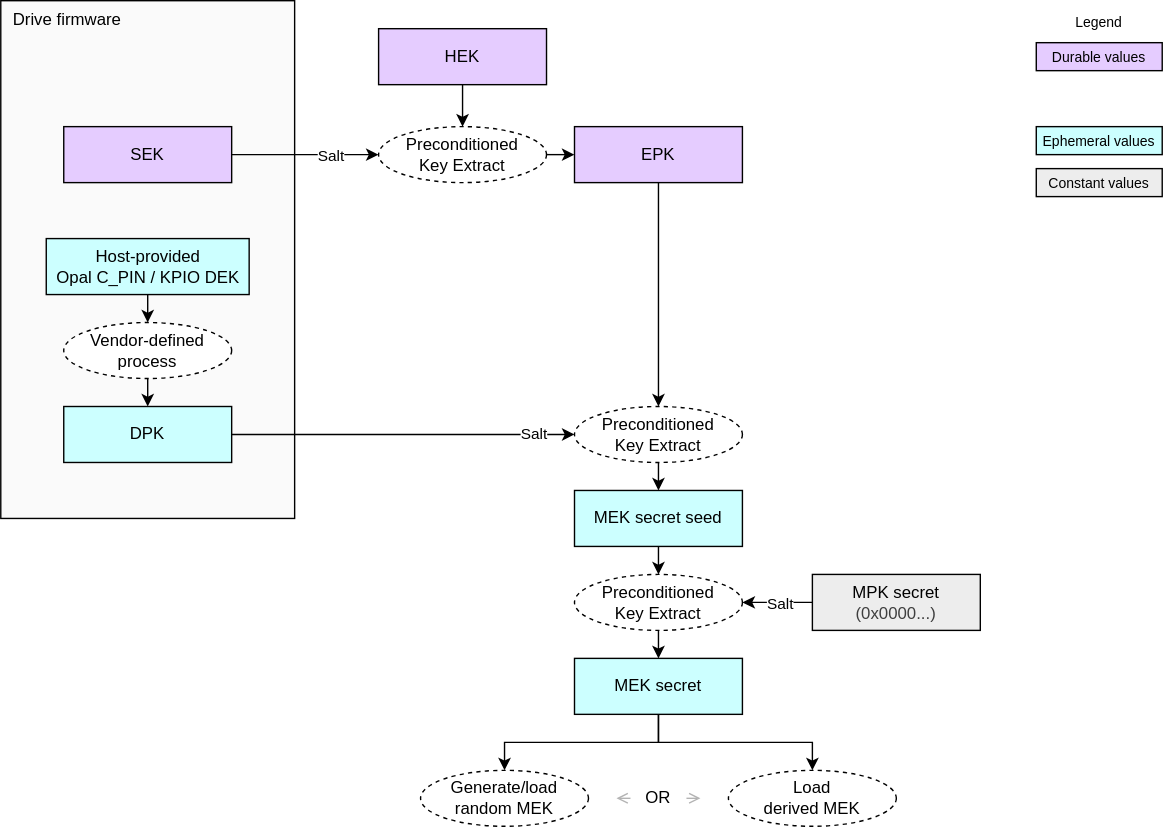
chipsalliance/Caliptra keeps this draw.io diagram as doc/ocp_lock/diagrams/mek_secret_derivation_no_mpks.drawio.svg. Above is the earlier version. Source tidied: cells renumbered, new cells last; positions are measured from the earlier drawing's top-left corner, leaving out a move shared by most shapes. Source of this version:
```xml
<mxGraphModel background="#ffffff">
  <root>
    <mxCell id="0" />
    <mxCell id="1" parent="0" />
    <mxCell id="2" value="Drive firmware" style="rounded=0;whiteSpace=wrap;html=1;fillColor=#FAFAFA;strokeColor=#000000;align=left;verticalAlign=top;spacingLeft=7;" parent="1" vertex="1">
      <mxGeometry width="210" height="370" as="geometry" />
    </mxCell>
    <mxCell id="3" value="&lt;div&gt;&lt;font color=&quot;#000000&quot;&gt;Durable values&lt;/font&gt;&lt;/div&gt;" style="rounded=0;whiteSpace=wrap;html=1;align=center;verticalAlign=middle;shadow=0;glass=0;spacingLeft=0;spacingBottom=0;spacingTop=0;fillColor=#E5CCFF;fontSize=10;" parent="1" vertex="1">
      <mxGeometry x="740" y="30" width="90" height="20" as="geometry" />
    </mxCell>
    <mxCell id="4" value="Legend" style="text;strokeColor=none;align=center;fillColor=none;html=1;verticalAlign=middle;whiteSpace=wrap;rounded=0;fontSize=10;" parent="1" vertex="1">
      <mxGeometry x="755" width="60" height="30" as="geometry" />
    </mxCell>
    <mxCell id="5" value="&lt;div&gt;&lt;font color=&quot;#000000&quot;&gt;Ephemeral values&lt;/font&gt;&lt;/div&gt;" style="rounded=0;whiteSpace=wrap;html=1;align=center;verticalAlign=middle;shadow=0;glass=0;spacingLeft=0;spacingBottom=0;spacingTop=0;fillColor=#CCFFFF;fontSize=10;" parent="1" vertex="1">
      <mxGeometry x="740" y="90" width="90" height="20" as="geometry" />
    </mxCell>
    <mxCell id="6" style="edgeStyle=orthogonalEdgeStyle;html=1;exitX=0.5;exitY=1;exitDx=0;exitDy=0;entryX=0.5;entryY=0;entryDx=0;entryDy=0;rounded=0;" parent="1" edge="1" source="7" target="22">
      <mxGeometry relative="1" as="geometry" />
    </mxCell>
    <mxCell id="7" value="&lt;span style=&quot;color: rgb(0, 0, 0);&quot;&gt;Preconditioned&lt;/span&gt;&lt;div&gt;Key Extract&lt;/div&gt;" style="ellipse;whiteSpace=wrap;html=1;fillColor=#FFFFFF;dashed=1;" parent="1" vertex="1">
      <mxGeometry x="410" y="410" width="120" height="40" as="geometry" />
    </mxCell>
    <mxCell id="8" style="edgeStyle=none;html=1;exitX=0.5;exitY=1;exitDx=0;exitDy=0;entryX=0.5;entryY=0;entryDx=0;entryDy=0;" parent="1" edge="1" source="9" target="30">
      <mxGeometry relative="1" as="geometry" />
    </mxCell>
    <mxCell id="9" value="&lt;div&gt;&lt;font color=&quot;#000000&quot;&gt;HEK&lt;/font&gt;&lt;/div&gt;" style="rounded=0;whiteSpace=wrap;html=1;align=center;verticalAlign=middle;shadow=0;glass=0;spacingLeft=0;spacingBottom=0;spacingTop=0;fillColor=#E5CCFF;" parent="1" vertex="1">
      <mxGeometry x="270" y="20" width="120" height="40" as="geometry" />
    </mxCell>
    <mxCell id="10" style="edgeStyle=none;html=1;exitX=1;exitY=0.5;exitDx=0;exitDy=0;entryX=0;entryY=0.5;entryDx=0;entryDy=0;" parent="1" edge="1" source="12" target="34">
      <mxGeometry relative="1" as="geometry" />
    </mxCell>
    <mxCell id="11" value="Salt" style="edgeLabel;html=1;align=center;verticalAlign=middle;" parent="10" vertex="1">
      <mxGeometry x="0.63" y="1" relative="1" as="geometry">
        <mxPoint x="15" as="offset" />
      </mxGeometry>
    </mxCell>
    <mxCell id="12" value="&lt;div&gt;&lt;font color=&quot;#000000&quot;&gt;DPK&lt;/font&gt;&lt;/div&gt;" style="rounded=0;whiteSpace=wrap;html=1;align=center;verticalAlign=middle;shadow=0;glass=0;spacingLeft=0;spacingBottom=0;spacingTop=0;fillColor=#CCFFFF;" parent="1" vertex="1">
      <mxGeometry x="45" y="290" width="120" height="40" as="geometry" />
    </mxCell>
    <mxCell id="13" style="edgeStyle=orthogonalEdgeStyle;html=1;exitX=1;exitY=0.5;exitDx=0;exitDy=0;entryX=0;entryY=0.5;entryDx=0;entryDy=0;rounded=0;" parent="1" edge="1" source="15" target="30">
      <mxGeometry relative="1" as="geometry">
        <Array as="points">
          <mxPoint x="200" y="110" />
          <mxPoint x="200" y="110" />
        </Array>
      </mxGeometry>
    </mxCell>
    <mxCell id="14" value="Salt" style="edgeLabel;html=1;align=center;verticalAlign=middle;" parent="13" vertex="1">
      <mxGeometry x="0.35" y="-3" relative="1" as="geometry">
        <mxPoint x="-1" y="-3" as="offset" />
      </mxGeometry>
    </mxCell>
    <mxCell id="15" value="&lt;div&gt;&lt;font color=&quot;#000000&quot;&gt;SEK&lt;/font&gt;&lt;/div&gt;" style="rounded=0;whiteSpace=wrap;html=1;align=center;verticalAlign=middle;shadow=0;glass=0;spacingLeft=0;spacingBottom=0;spacingTop=0;fillColor=#E5CCFF;" parent="1" vertex="1">
      <mxGeometry x="45" y="90" width="120" height="40" as="geometry" />
    </mxCell>
    <mxCell id="16" value="Load&lt;div&gt;derived MEK&lt;/div&gt;" style="ellipse;whiteSpace=wrap;html=1;fillColor=#FFFFFF;dashed=1;" parent="1" vertex="1">
      <mxGeometry x="520" y="550" width="120" height="40" as="geometry" />
    </mxCell>
    <mxCell id="17" value="&lt;div&gt;&lt;font color=&quot;#000000&quot;&gt;Constant values&lt;/font&gt;&lt;/div&gt;" style="rounded=0;whiteSpace=wrap;html=1;align=center;verticalAlign=middle;shadow=0;glass=0;spacingLeft=0;spacingBottom=0;spacingTop=0;fillColor=#EDEDED;fontSize=10;" parent="1" vertex="1">
      <mxGeometry x="740" y="120" width="90" height="20" as="geometry" />
    </mxCell>
    <mxCell id="18" style="edgeStyle=orthogonalEdgeStyle;endArrow=classic;html=1;rounded=0;endSize=6;startSize=6;exitX=0.5;exitY=1;exitDx=0;exitDy=0;entryX=0.5;entryY=0;entryDx=0;entryDy=0;" parent="1" edge="1" source="22" target="20">
      <mxGeometry relative="1" as="geometry" />
    </mxCell>
    <mxCell id="19" value="OR" style="text;strokeColor=none;align=center;fillColor=none;html=1;verticalAlign=middle;whiteSpace=wrap;rounded=0;" parent="1" vertex="1">
      <mxGeometry x="450" y="555" width="40" height="30" as="geometry" />
    </mxCell>
    <mxCell id="20" value="&lt;div&gt;Generate/load random MEK&lt;/div&gt;" style="ellipse;whiteSpace=wrap;html=1;fillColor=#FFFFFF;dashed=1;" parent="1" vertex="1">
      <mxGeometry x="300" y="550" width="120" height="40" as="geometry" />
    </mxCell>
    <mxCell id="21" style="edgeStyle=orthogonalEdgeStyle;endArrow=classic;html=1;rounded=0;endSize=6;startSize=6;entryX=0.5;entryY=0;entryDx=0;entryDy=0;exitX=0.5;exitY=1;exitDx=0;exitDy=0;" parent="1" edge="1" source="22" target="16">
      <mxGeometry relative="1" as="geometry" />
    </mxCell>
    <mxCell id="22" value="&lt;div&gt;&lt;font color=&quot;#000000&quot;&gt;MEK secret&lt;/font&gt;&lt;/div&gt;" style="rounded=0;whiteSpace=wrap;html=1;align=center;verticalAlign=middle;shadow=0;glass=0;spacingLeft=0;spacingBottom=0;spacingTop=0;fillColor=#CCFFFF;" parent="1" vertex="1">
      <mxGeometry x="410" y="470" width="120" height="40" as="geometry" />
    </mxCell>
    <mxCell id="23" style="edgeStyle=none;html=1;exitX=0.5;exitY=1;exitDx=0;exitDy=0;entryX=0.5;entryY=0;entryDx=0;entryDy=0;" parent="1" edge="1" source="24" target="12">
      <mxGeometry relative="1" as="geometry" />
    </mxCell>
    <mxCell id="24" value="Vendor-defined process" style="ellipse;whiteSpace=wrap;html=1;fillColor=#FFFFFF;dashed=1;" parent="1" vertex="1">
      <mxGeometry x="45" y="230" width="120" height="40" as="geometry" />
    </mxCell>
    <mxCell id="25" style="edgeStyle=none;html=1;exitX=0.5;exitY=1;exitDx=0;exitDy=0;entryX=0.5;entryY=0;entryDx=0;entryDy=0;" parent="1" edge="1" source="26" target="24">
      <mxGeometry relative="1" as="geometry" />
    </mxCell>
    <mxCell id="26" value="&lt;div&gt;&lt;font color=&quot;#000000&quot;&gt;Host-provided&lt;/font&gt;&lt;/div&gt;&lt;div&gt;&lt;font color=&quot;#000000&quot;&gt;Opal C_PIN / KPIO DEK&lt;/font&gt;&lt;/div&gt;" style="rounded=0;whiteSpace=wrap;html=1;align=center;verticalAlign=middle;shadow=0;glass=0;spacingLeft=0;spacingBottom=0;spacingTop=0;fillColor=#CCFFFF;" parent="1" vertex="1">
      <mxGeometry x="32.5" y="170" width="145" height="40" as="geometry" />
    </mxCell>
    <mxCell id="27" style="endArrow=open;html=1;rounded=0;endSize=6;startSize=6;exitX=1;exitY=0.5;exitDx=0;exitDy=0;strokeColor=#B3B3B3;endFill=0;" parent="1" edge="1" source="19">
      <mxGeometry relative="1" as="geometry">
        <mxPoint x="500" y="570" as="targetPoint" />
      </mxGeometry>
    </mxCell>
    <mxCell id="28" style="endArrow=open;html=1;rounded=0;endSize=6;startSize=6;exitX=0;exitY=0.5;exitDx=0;exitDy=0;strokeColor=#B3B3B3;endFill=0;" parent="1" edge="1" source="19">
      <mxGeometry relative="1" as="geometry">
        <mxPoint x="440" y="570" as="targetPoint" />
      </mxGeometry>
    </mxCell>
    <mxCell id="29" style="edgeStyle=none;html=1;exitX=1;exitY=0.5;exitDx=0;exitDy=0;entryX=0;entryY=0.5;entryDx=0;entryDy=0;" parent="1" edge="1" source="30" target="32">
      <mxGeometry relative="1" as="geometry" />
    </mxCell>
    <mxCell id="30" value="&lt;span style=&quot;color: rgb(0, 0, 0);&quot;&gt;Preconditioned&lt;/span&gt;&lt;div&gt;Key Extract&lt;/div&gt;" style="ellipse;whiteSpace=wrap;html=1;fillColor=#FFFFFF;dashed=1;" parent="1" vertex="1">
      <mxGeometry x="270" y="90" width="120" height="40" as="geometry" />
    </mxCell>
    <mxCell id="31" style="edgeStyle=none;html=1;exitX=0.5;exitY=1;exitDx=0;exitDy=0;entryX=0.5;entryY=0;entryDx=0;entryDy=0;" parent="1" edge="1" source="32" target="34">
      <mxGeometry relative="1" as="geometry" />
    </mxCell>
    <mxCell id="32" value="&lt;div&gt;&lt;font color=&quot;#000000&quot;&gt;EPK&lt;/font&gt;&lt;/div&gt;" style="rounded=0;whiteSpace=wrap;html=1;align=center;verticalAlign=middle;shadow=0;glass=0;spacingLeft=0;spacingBottom=0;spacingTop=0;fillColor=#E5CCFF;" parent="1" vertex="1">
      <mxGeometry x="410" y="90" width="120" height="40" as="geometry" />
    </mxCell>
    <mxCell id="33" style="edgeStyle=none;html=1;exitX=0.5;exitY=1;exitDx=0;exitDy=0;entryX=0.5;entryY=0;entryDx=0;entryDy=0;" parent="1" edge="1" source="34" target="36">
      <mxGeometry relative="1" as="geometry" />
    </mxCell>
    <mxCell id="34" value="&lt;span style=&quot;color: rgb(0, 0, 0);&quot;&gt;Preconditioned&lt;/span&gt;&lt;div&gt;Key Extract&lt;/div&gt;" style="ellipse;whiteSpace=wrap;html=1;fillColor=#FFFFFF;dashed=1;" parent="1" vertex="1">
      <mxGeometry x="410" y="290" width="120" height="40" as="geometry" />
    </mxCell>
    <mxCell id="35" style="edgeStyle=none;html=1;exitX=0.5;exitY=1;exitDx=0;exitDy=0;entryX=0.5;entryY=0;entryDx=0;entryDy=0;" parent="1" edge="1" source="36" target="7">
      <mxGeometry relative="1" as="geometry" />
    </mxCell>
    <mxCell id="36" value="&lt;div&gt;&lt;font color=&quot;#000000&quot;&gt;MEK secret seed&lt;/font&gt;&lt;/div&gt;" style="rounded=0;whiteSpace=wrap;html=1;align=center;verticalAlign=middle;shadow=0;glass=0;spacingLeft=0;spacingBottom=0;spacingTop=0;fillColor=#CCFFFF;" parent="1" vertex="1">
      <mxGeometry x="410" y="350" width="120" height="40" as="geometry" />
    </mxCell>
    <mxCell id="37" style="edgeStyle=none;html=1;exitX=0;exitY=0.5;exitDx=0;exitDy=0;entryX=1;entryY=0.5;entryDx=0;entryDy=0;" parent="1" edge="1" source="39" target="7">
      <mxGeometry relative="1" as="geometry" />
    </mxCell>
    <mxCell id="38" value="Salt" style="edgeLabel;html=1;align=center;verticalAlign=middle;" parent="37" vertex="1">
      <mxGeometry x="0.1" y="1" relative="1" as="geometry">
        <mxPoint x="4" y="-1" as="offset" />
      </mxGeometry>
    </mxCell>
    <mxCell id="39" value="&lt;font&gt;MPK secret&lt;/font&gt;&lt;div&gt;&lt;span style=&quot;color: rgb(63, 63, 63); background-color: transparent;&quot;&gt;(0x0000...)&lt;/span&gt;&lt;/div&gt;" style="rounded=0;whiteSpace=wrap;html=1;align=center;verticalAlign=middle;shadow=0;glass=0;spacingLeft=0;spacingBottom=0;spacingTop=0;fillColor=#EDEDED;" parent="1" vertex="1">
      <mxGeometry x="580" y="410" width="120" height="40" as="geometry" />
    </mxCell>
  </root>
</mxGraphModel>
```
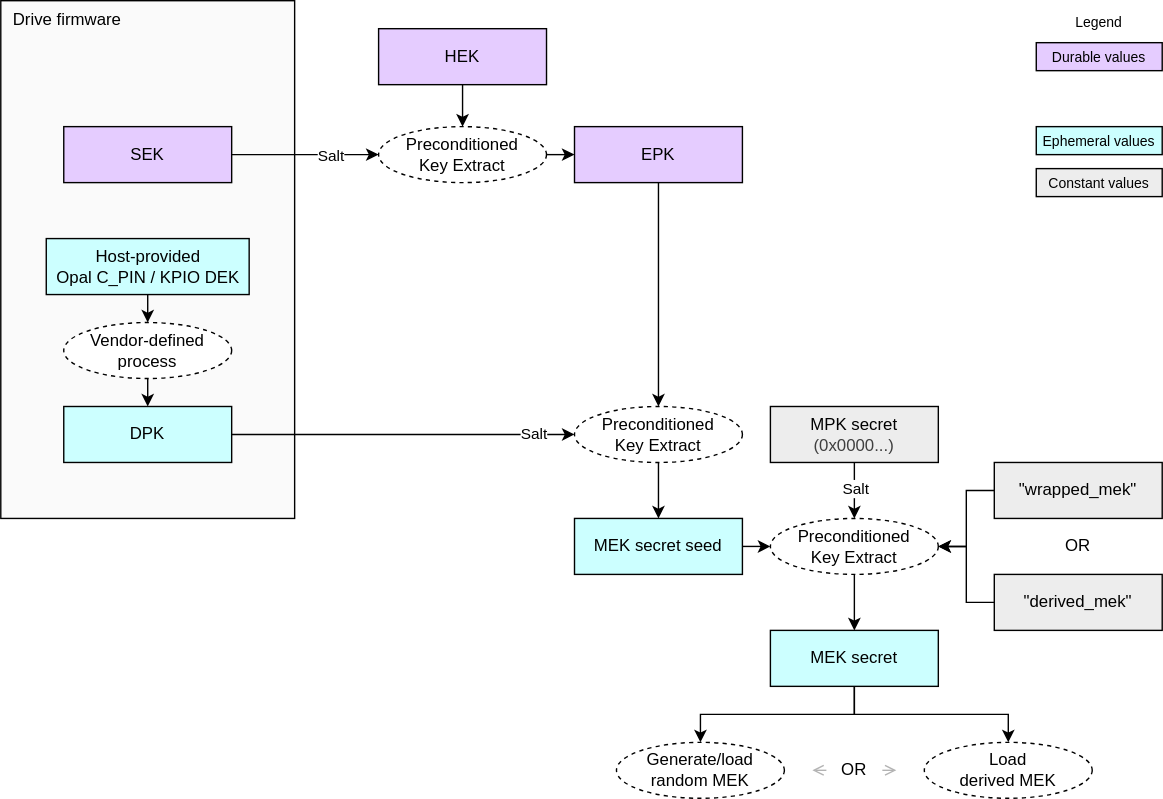
After the commit.

Diff of the diagram source:
```diff
@@ -18,7 +18,7 @@
       <mxGeometry relative="1" as="geometry" />
     </mxCell>
     <mxCell id="7" value="&lt;span style=&quot;color: rgb(0, 0, 0);&quot;&gt;Preconditioned&lt;/span&gt;&lt;div&gt;Key Extract&lt;/div&gt;" style="ellipse;whiteSpace=wrap;html=1;fillColor=#FFFFFF;dashed=1;" parent="1" vertex="1">
-      <mxGeometry x="410" y="410" width="120" height="40" as="geometry" />
+      <mxGeometry x="550" y="370" width="120" height="40" as="geometry" />
     </mxCell>
     <mxCell id="8" style="edgeStyle=none;html=1;exitX=0.5;exitY=1;exitDx=0;exitDy=0;entryX=0.5;entryY=0;entryDx=0;entryDy=0;" parent="1" edge="1" source="9" target="30">
       <mxGeometry relative="1" as="geometry" />
@@ -54,7 +54,7 @@
       <mxGeometry x="45" y="90" width="120" height="40" as="geometry" />
     </mxCell>
     <mxCell id="16" value="Load&lt;div&gt;derived MEK&lt;/div&gt;" style="ellipse;whiteSpace=wrap;html=1;fillColor=#FFFFFF;dashed=1;" parent="1" vertex="1">
-      <mxGeometry x="520" y="550" width="120" height="40" as="geometry" />
+      <mxGeometry x="660" y="530" width="120" height="40" as="geometry" />
     </mxCell>
     <mxCell id="17" value="&lt;div&gt;&lt;font color=&quot;#000000&quot;&gt;Constant values&lt;/font&gt;&lt;/div&gt;" style="rounded=0;whiteSpace=wrap;html=1;align=center;verticalAlign=middle;shadow=0;glass=0;spacingLeft=0;spacingBottom=0;spacingTop=0;fillColor=#EDEDED;fontSize=10;" parent="1" vertex="1">
       <mxGeometry x="740" y="120" width="90" height="20" as="geometry" />
@@ -63,16 +63,16 @@
       <mxGeometry relative="1" as="geometry" />
     </mxCell>
     <mxCell id="19" value="OR" style="text;strokeColor=none;align=center;fillColor=none;html=1;verticalAlign=middle;whiteSpace=wrap;rounded=0;" parent="1" vertex="1">
-      <mxGeometry x="450" y="555" width="40" height="30" as="geometry" />
+      <mxGeometry x="590" y="535" width="40" height="30" as="geometry" />
     </mxCell>
     <mxCell id="20" value="&lt;div&gt;Generate/load random MEK&lt;/div&gt;" style="ellipse;whiteSpace=wrap;html=1;fillColor=#FFFFFF;dashed=1;" parent="1" vertex="1">
-      <mxGeometry x="300" y="550" width="120" height="40" as="geometry" />
+      <mxGeometry x="440" y="530" width="120" height="40" as="geometry" />
     </mxCell>
     <mxCell id="21" style="edgeStyle=orthogonalEdgeStyle;endArrow=classic;html=1;rounded=0;endSize=6;startSize=6;entryX=0.5;entryY=0;entryDx=0;entryDy=0;exitX=0.5;exitY=1;exitDx=0;exitDy=0;" parent="1" edge="1" source="22" target="16">
       <mxGeometry relative="1" as="geometry" />
     </mxCell>
     <mxCell id="22" value="&lt;div&gt;&lt;font color=&quot;#000000&quot;&gt;MEK secret&lt;/font&gt;&lt;/div&gt;" style="rounded=0;whiteSpace=wrap;html=1;align=center;verticalAlign=middle;shadow=0;glass=0;spacingLeft=0;spacingBottom=0;spacingTop=0;fillColor=#CCFFFF;" parent="1" vertex="1">
-      <mxGeometry x="410" y="470" width="120" height="40" as="geometry" />
+      <mxGeometry x="550" y="450" width="120" height="40" as="geometry" />
     </mxCell>
     <mxCell id="23" style="edgeStyle=none;html=1;exitX=0.5;exitY=1;exitDx=0;exitDy=0;entryX=0.5;entryY=0;entryDx=0;entryDy=0;" parent="1" edge="1" source="24" target="12">
       <mxGeometry relative="1" as="geometry" />
@@ -88,12 +88,12 @@
     </mxCell>
     <mxCell id="27" style="endArrow=open;html=1;rounded=0;endSize=6;startSize=6;exitX=1;exitY=0.5;exitDx=0;exitDy=0;strokeColor=#B3B3B3;endFill=0;" parent="1" edge="1" source="19">
       <mxGeometry relative="1" as="geometry">
-        <mxPoint x="500" y="570" as="targetPoint" />
+        <mxPoint x="640" y="550" as="targetPoint" />
       </mxGeometry>
     </mxCell>
     <mxCell id="28" style="endArrow=open;html=1;rounded=0;endSize=6;startSize=6;exitX=0;exitY=0.5;exitDx=0;exitDy=0;strokeColor=#B3B3B3;endFill=0;" parent="1" edge="1" source="19">
       <mxGeometry relative="1" as="geometry">
-        <mxPoint x="440" y="570" as="targetPoint" />
+        <mxPoint x="580" y="550" as="targetPoint" />
       </mxGeometry>
     </mxCell>
     <mxCell id="29" style="edgeStyle=none;html=1;exitX=1;exitY=0.5;exitDx=0;exitDy=0;entryX=0;entryY=0.5;entryDx=0;entryDy=0;" parent="1" edge="1" source="30" target="32">
@@ -114,22 +114,37 @@
     <mxCell id="34" value="&lt;span style=&quot;color: rgb(0, 0, 0);&quot;&gt;Preconditioned&lt;/span&gt;&lt;div&gt;Key Extract&lt;/div&gt;" style="ellipse;whiteSpace=wrap;html=1;fillColor=#FFFFFF;dashed=1;" parent="1" vertex="1">
       <mxGeometry x="410" y="290" width="120" height="40" as="geometry" />
     </mxCell>
-    <mxCell id="35" style="edgeStyle=none;html=1;exitX=0.5;exitY=1;exitDx=0;exitDy=0;entryX=0.5;entryY=0;entryDx=0;entryDy=0;" parent="1" edge="1" source="36" target="7">
+    <mxCell id="35" style="edgeStyle=none;html=1;exitX=1;exitY=0.5;exitDx=0;exitDy=0;entryX=0;entryY=0.5;entryDx=0;entryDy=0;" parent="1" edge="1" source="36" target="7">
       <mxGeometry relative="1" as="geometry" />
     </mxCell>
     <mxCell id="36" value="&lt;div&gt;&lt;font color=&quot;#000000&quot;&gt;MEK secret seed&lt;/font&gt;&lt;/div&gt;" style="rounded=0;whiteSpace=wrap;html=1;align=center;verticalAlign=middle;shadow=0;glass=0;spacingLeft=0;spacingBottom=0;spacingTop=0;fillColor=#CCFFFF;" parent="1" vertex="1">
-      <mxGeometry x="410" y="350" width="120" height="40" as="geometry" />
+      <mxGeometry x="410" y="370" width="120" height="40" as="geometry" />
     </mxCell>
-    <mxCell id="37" style="edgeStyle=none;html=1;exitX=0;exitY=0.5;exitDx=0;exitDy=0;entryX=1;entryY=0.5;entryDx=0;entryDy=0;" parent="1" edge="1" source="39" target="7">
+    <mxCell id="37" style="edgeStyle=none;html=1;exitX=0.5;exitY=1;exitDx=0;exitDy=0;entryX=0.5;entryY=0;entryDx=0;entryDy=0;" parent="1" edge="1" source="39" target="7">
       <mxGeometry relative="1" as="geometry" />
     </mxCell>
     <mxCell id="38" value="Salt" style="edgeLabel;html=1;align=center;verticalAlign=middle;" parent="37" vertex="1">
       <mxGeometry x="0.1" y="1" relative="1" as="geometry">
-        <mxPoint x="4" y="-1" as="offset" />
+        <mxPoint x="-1" y="-4" as="offset" />
       </mxGeometry>
     </mxCell>
     <mxCell id="39" value="&lt;font&gt;MPK secret&lt;/font&gt;&lt;div&gt;&lt;span style=&quot;color: rgb(63, 63, 63); background-color: transparent;&quot;&gt;(0x0000...)&lt;/span&gt;&lt;/div&gt;" style="rounded=0;whiteSpace=wrap;html=1;align=center;verticalAlign=middle;shadow=0;glass=0;spacingLeft=0;spacingBottom=0;spacingTop=0;fillColor=#EDEDED;" parent="1" vertex="1">
-      <mxGeometry x="580" y="410" width="120" height="40" as="geometry" />
+      <mxGeometry x="550" y="290" width="120" height="40" as="geometry" />
     </mxCell>
+    <mxCell id="40" style="edgeStyle=orthogonalEdgeStyle;html=1;exitX=0;exitY=0.5;exitDx=0;exitDy=0;rounded=0;entryX=1;entryY=0.5;entryDx=0;entryDy=0;" parent="1" edge="1" source="41" target="7">
+      <mxGeometry relative="1" as="geometry" />
+    </mxCell>
+    <mxCell id="41" value="&lt;div&gt;&lt;font color=&quot;#000000&quot;&gt;&quot;wrapped_mek&quot;&lt;/font&gt;&lt;/div&gt;" style="rounded=0;whiteSpace=wrap;html=1;align=center;verticalAlign=middle;shadow=0;glass=0;spacingLeft=0;spacingBottom=0;spacingTop=0;fillColor=#EDEDED;" parent="1" vertex="1">
+      <mxGeometry x="710" y="330" width="120" height="40" as="geometry" />
+    </mxCell>
+    <mxCell id="42" style="edgeStyle=orthogonalEdgeStyle;html=1;exitX=0;exitY=0.5;exitDx=0;exitDy=0;rounded=0;entryX=1;entryY=0.5;entryDx=0;entryDy=0;" parent="1" edge="1" source="43" target="7">
+      <mxGeometry relative="1" as="geometry" />
+    </mxCell>
+    <mxCell id="43" value="&lt;div&gt;&lt;font color=&quot;#000000&quot;&gt;&quot;derived_mek&quot;&lt;/font&gt;&lt;/div&gt;" style="rounded=0;whiteSpace=wrap;html=1;align=center;verticalAlign=middle;shadow=0;glass=0;spacingLeft=0;spacingBottom=0;spacingTop=0;fillColor=#EDEDED;" parent="1" vertex="1">
+      <mxGeometry x="710" y="410" width="120" height="40" as="geometry" />
+    </mxCell>
+    <mxCell id="44" value="OR" style="text;strokeColor=none;align=center;fillColor=none;html=1;verticalAlign=middle;whiteSpace=wrap;rounded=0;" parent="1" vertex="1">
+      <mxGeometry x="750" y="375" width="40" height="30" as="geometry" />
+    </mxCell>
   </root>
 </mxGraphModel>
```
